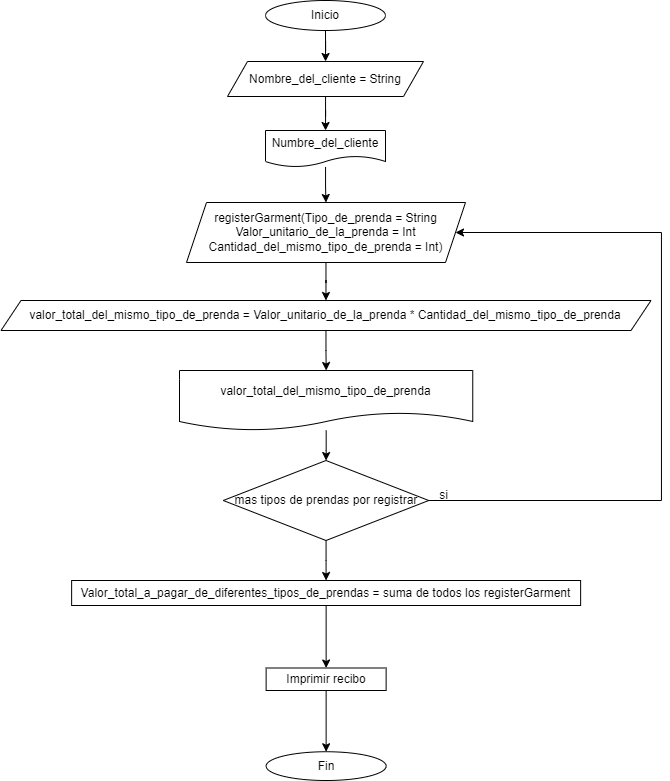
Above: Pagar en una tienda.png in dasamepu/Flujo-de-funciones-para-encapsular-algoritmos (draw.io), before the change. Source tidied: cells renumbered, new cells last; positions are measured from the earlier drawing's top-left corner, leaving out a move shared by most shapes.
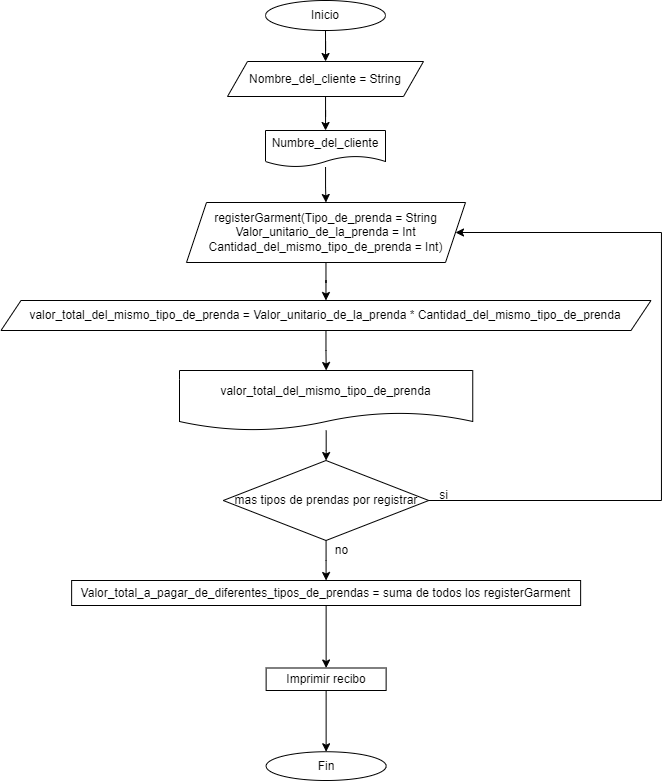
Above is the later version.

Diff of the diagram source:
```diff
@@ -70,5 +70,8 @@
     <mxCell id="22" value="Fin" style="ellipse;whiteSpace=wrap;html=1;" parent="1" vertex="1">
       <mxGeometry x="264.6" y="751.2" width="120" height="28.8" as="geometry" />
     </mxCell>
+    <mxCell id="23" value="no" style="text;html=1;align=center;verticalAlign=middle;strokeColor=none;fillColor=none;" parent="1" vertex="1">
+      <mxGeometry x="320" y="535" width="40" height="30" as="geometry" />
+    </mxCell>
   </root>
 </mxGraphModel>
```
